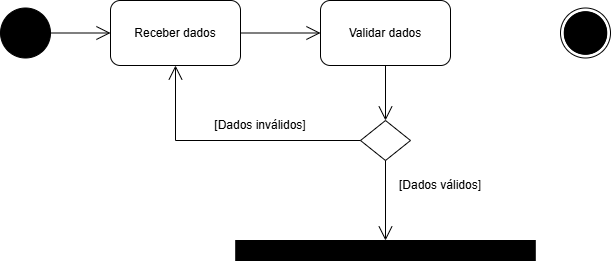
Before: APOO/diagrama_atividade/Diagrama_atividade_click_compre.drawio.png, a diagram exported from draw.io (joao-marcos-azvd/Estudos-de-programacao). Source tidied: cells renumbered, new cells last; positions are measured from the earlier drawing's top-left corner, leaving out a move shared by most shapes.
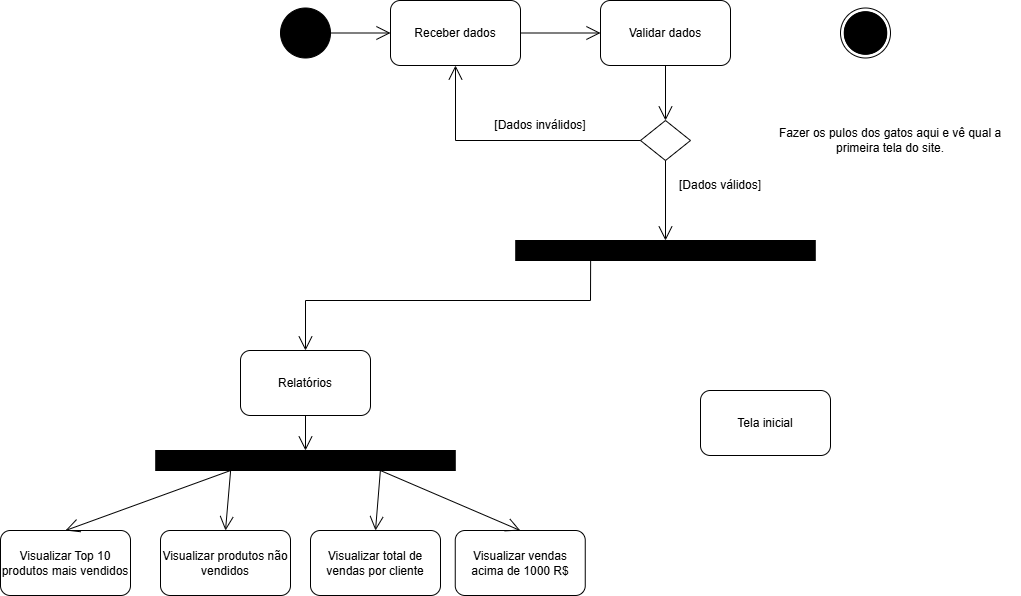
Later version of the same file.

The edit, as a diff of the source:
```diff
@@ -48,5 +48,52 @@
     <mxCell id="15" value="Object" style="html=1;whiteSpace=wrap;fillColor=#000000;" parent="1" vertex="1">
       <mxGeometry x="235.2" y="240" width="299.5" height="20" as="geometry" />
     </mxCell>
+    <mxCell id="16" value="Object" style="html=1;whiteSpace=wrap;fillColor=#000000;" parent="1" vertex="1">
+      <mxGeometry x="-124.8" y="450" width="299.5" height="20" as="geometry" />
+    </mxCell>
+    <mxCell id="17" style="endArrow=open;endFill=1;endSize=12;html=1;rounded=0;exitX=0.25;exitY=1;exitDx=0;exitDy=0;entryX=0.5;entryY=0;entryDx=0;entryDy=0;" parent="1" edge="1" source="15" target="20">
+      <mxGeometry relative="1" as="geometry">
+        <Array as="points">
+          <mxPoint x="310" y="300" />
+          <mxPoint x="25" y="300" />
+        </Array>
+      </mxGeometry>
+    </mxCell>
+    <mxCell id="18" style="endArrow=open;endFill=1;endSize=12;html=1;rounded=0;exitX=0.5;exitY=1;exitDx=0;exitDy=0;entryX=0.5;entryY=0;entryDx=0;entryDy=0;" parent="1" edge="1" source="20" target="16">
+      <mxGeometry relative="1" as="geometry" />
+    </mxCell>
+    <mxCell id="19" value="Visualizar Top 10 produtos mais vendidos" style="rounded=1;whiteSpace=wrap;html=1;" parent="1" vertex="1">
+      <mxGeometry x="-280" y="530" width="130" height="65" as="geometry" />
+    </mxCell>
+    <mxCell id="20" value="Relatórios" style="rounded=1;whiteSpace=wrap;html=1;" parent="1" vertex="1">
+      <mxGeometry x="-40" y="350" width="130" height="65" as="geometry" />
+    </mxCell>
+    <mxCell id="21" value="Visualizar produtos não vendidos" style="rounded=1;whiteSpace=wrap;html=1;" parent="1" vertex="1">
+      <mxGeometry x="-120" y="530" width="130" height="65" as="geometry" />
+    </mxCell>
+    <mxCell id="22" value="Visualizar vendas acima de 1000 R$" style="rounded=1;whiteSpace=wrap;html=1;" parent="1" vertex="1">
+      <mxGeometry x="174.8" y="530" width="130" height="65" as="geometry" />
+    </mxCell>
+    <mxCell id="23" value="Visualizar total de vendas por cliente" style="rounded=1;whiteSpace=wrap;html=1;" parent="1" vertex="1">
+      <mxGeometry x="30" y="530" width="130" height="65" as="geometry" />
+    </mxCell>
+    <mxCell id="24" style="endArrow=open;endFill=1;endSize=12;html=1;rounded=0;exitX=0.25;exitY=1;exitDx=0;exitDy=0;entryX=0.5;entryY=0;entryDx=0;entryDy=0;" parent="1" edge="1" source="16" target="19">
+      <mxGeometry relative="1" as="geometry" />
+    </mxCell>
+    <mxCell id="25" style="endArrow=open;endFill=1;endSize=12;html=1;rounded=0;exitX=0.25;exitY=1;exitDx=0;exitDy=0;entryX=0.5;entryY=0;entryDx=0;entryDy=0;" parent="1" edge="1" source="16" target="21">
+      <mxGeometry relative="1" as="geometry" />
+    </mxCell>
+    <mxCell id="26" style="endArrow=open;endFill=1;endSize=12;html=1;rounded=0;exitX=0.75;exitY=1;exitDx=0;exitDy=0;entryX=0.5;entryY=0;entryDx=0;entryDy=0;" parent="1" edge="1" source="16" target="23">
+      <mxGeometry relative="1" as="geometry" />
+    </mxCell>
+    <mxCell id="27" style="endArrow=open;endFill=1;endSize=12;html=1;rounded=0;exitX=0.75;exitY=1;exitDx=0;exitDy=0;entryX=0.5;entryY=0;entryDx=0;entryDy=0;" parent="1" edge="1" source="16" target="22">
+      <mxGeometry relative="1" as="geometry" />
+    </mxCell>
+    <mxCell id="28" value="Tela inicial" style="rounded=1;whiteSpace=wrap;html=1;" parent="1" vertex="1">
+      <mxGeometry x="420" y="390" width="130" height="65" as="geometry" />
+    </mxCell>
+    <mxCell id="29" value="Fazer os pulos dos gatos aqui e vê qual a primeira tela do site." style="text;strokeColor=none;align=center;fillColor=none;html=1;verticalAlign=middle;whiteSpace=wrap;rounded=0;" parent="1" vertex="1">
+      <mxGeometry x="480" y="85" width="260" height="110" as="geometry" />
+    </mxCell>
   </root>
 </mxGraphModel>
```
